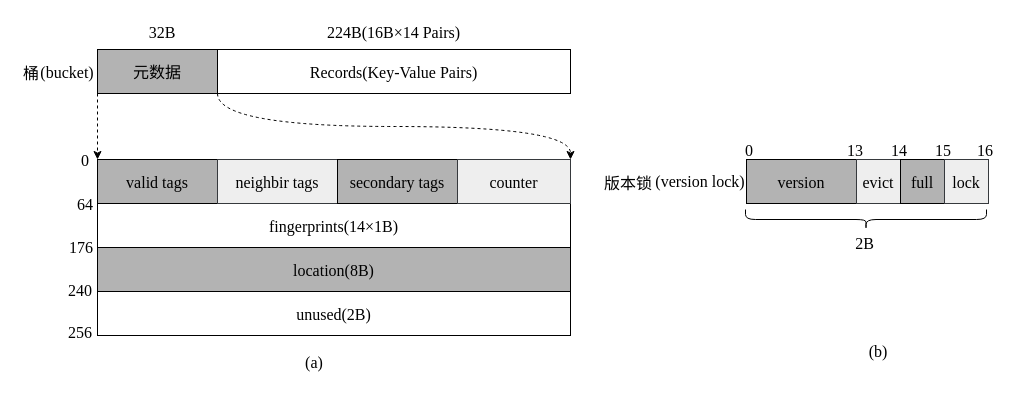
This is page "元数据" (18 of 20) of 毕业论文.drawio from HustDsy/Picture, a draw.io file, before an edit. Source tidied: cells renumbered, new cells numbered last; positions are measured from the earlier drawing's top-left corner, leaving out a move shared by most shapes. Both pictures are drawn from the tidied source at 100%, with x=0, y=0 at pixel (16, 16).
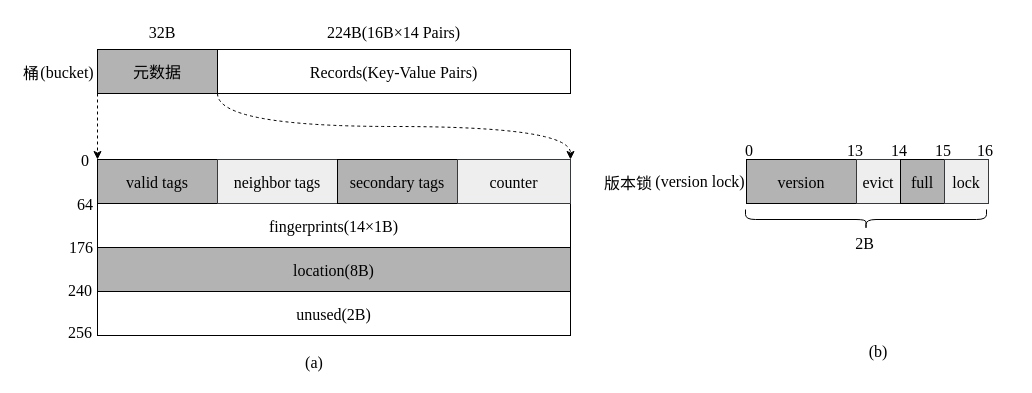
Above is the later version.

Diff of the diagram source:
```diff
@@
-    <mxCell id="11" value="neighbir tags" style="rounded=0;fontFamily=Times New Roman;fontSize=16;strokeWidth=1;fillColor=#eeeeee;strokeColor=#36393d;" parent="1" vertex="1">
+    <mxCell id="11" value="neighbor tags" style="rounded=0;fontFamily=Times New Roman;fontSize=16;strokeWidth=1;fillColor=#eeeeee;strokeColor=#36393d;" parent="1" vertex="1">
       <mxGeometry x="201" y="143" width="120" height="44" as="geometry" />
     </mxCell>
```
